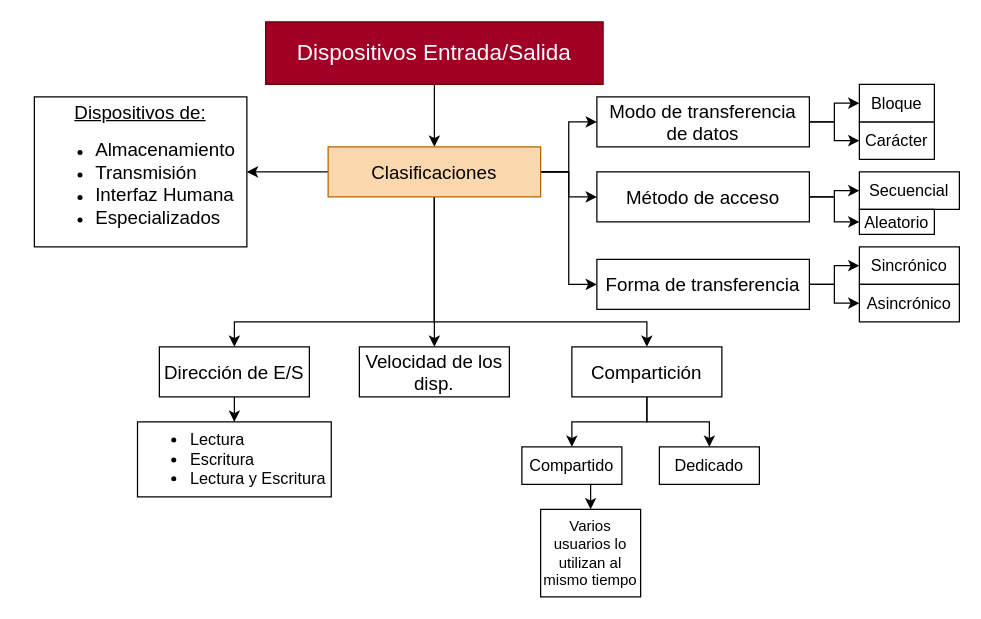
Before: Sistemas Operativos 1/Clase 4 - Sist. op. 1.drawio in RMSabrina/Apuntes-Universitarios, a draw.io diagram. Source tidied: cells renumbered, new cells numbered last; positions are measured from the earlier drawing's top-left corner, leaving out a move shared by most shapes. Both pictures are drawn from the tidied source at 125%, with x=0, y=0 at pixel (34, 21).
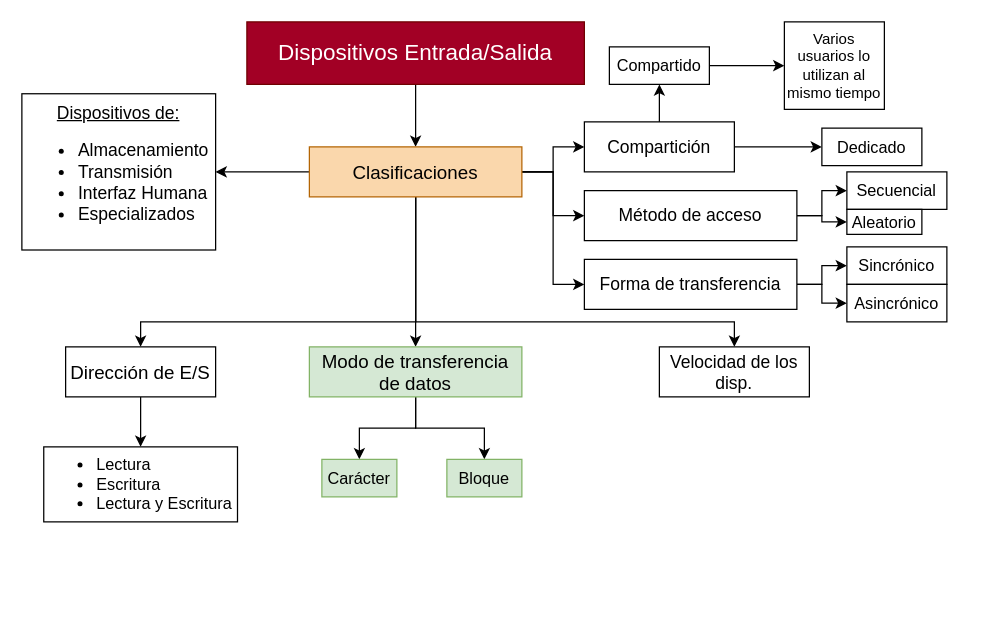
The same page after the edit.

What changed in the source:
```diff
@@
     <mxCell id="3" value="&lt;font style=&quot;font-size: 18px;&quot;&gt;Dispositivos Entrada/Salida&lt;/font&gt;" style="rounded=0;whiteSpace=wrap;html=1;fillColor=#a20025;strokeColor=#6F0000;fontColor=#ffffff;" parent="1" vertex="1">
-      <mxGeometry x="185" width="270" height="50" as="geometry" />
+      <mxGeometry x="170" width="270" height="50" as="geometry" />
     </mxCell>
-    <mxCell id="4" style="edgeStyle=orthogonalEdgeStyle;rounded=0;jettySize=auto;html=1;exitX=1;exitY=0.5;exitDx=0;exitDy=0;" parent="1" edge="1" source="11" target="14">
-      <mxGeometry relative="1" as="geometry" />
-    </mxCell>
+    <mxCell id="7" style="edgeStyle=orthogonalEdgeStyle;rounded=0;jettySize=auto;html=1;exitX=0;exitY=0.5;exitDx=0;exitDy=0;" parent="1" edge="1" source="11" target="34">
+      <mxGeometry relative="1" as="geometry" />
+    </mxCell>
+    <mxCell id="10" style="edgeStyle=orthogonalEdgeStyle;rounded=0;jettySize=auto;html=1;exitX=1;exitY=0.5;exitDx=0;exitDy=0;entryX=0;entryY=0.5;entryDx=0;entryDy=0;" parent="1" edge="1" source="11" target="29">
+      <mxGeometry relative="1" as="geometry" />
+    </mxCell>
-    <mxCell id="5" style="edgeStyle=orthogonalEdgeStyle;rounded=0;jettySize=auto;html=1;exitX=1;exitY=0.5;exitDx=0;exitDy=0;" parent="1" edge="1" source="11" target="19">
+    <mxCell id="5" style="edgeStyle=orthogonalEdgeStyle;rounded=0;jettySize=auto;html=1;exitX=1;exitY=0.5;exitDx=0;exitDy=0;entryX=0;entryY=0.5;entryDx=0;entryDy=0;" parent="1" edge="1" source="11" target="19">
       <mxGeometry relative="1" as="geometry" />
     </mxCell>
@@
-    <mxCell id="7" style="edgeStyle=orthogonalEdgeStyle;rounded=0;jettySize=auto;html=1;exitX=0;exitY=0.5;exitDx=0;exitDy=0;" parent="1" edge="1" source="11" target="34">
-      <mxGeometry relative="1" as="geometry" />
-    </mxCell>
+    <mxCell id="4" style="edgeStyle=orthogonalEdgeStyle;rounded=0;jettySize=auto;html=1;exitX=0.5;exitY=1;exitDx=0;exitDy=0;entryX=0.5;entryY=0;entryDx=0;entryDy=0;" parent="1" edge="1" source="11" target="14">
+      <mxGeometry relative="1" as="geometry" />
+    </mxCell>
     <mxCell id="8" style="edgeStyle=orthogonalEdgeStyle;rounded=0;jettySize=auto;html=1;exitX=0.5;exitY=1;exitDx=0;exitDy=0;entryX=0.5;entryY=0;entryDx=0;entryDy=0;" parent="1" edge="1" source="11" target="37">
       <mxGeometry relative="1" as="geometry">
         <Array as="points">
-          <mxPoint x="320" y="240" />
-          <mxPoint x="160" y="240" />
+          <mxPoint x="305" y="240" />
+          <mxPoint x="85" y="240" />
         </Array>
       </mxGeometry>
     </mxCell>
     <mxCell id="9" style="edgeStyle=orthogonalEdgeStyle;rounded=0;jettySize=auto;html=1;exitX=0.5;exitY=1;exitDx=0;exitDy=0;entryX=0.5;entryY=0;entryDx=0;entryDy=0;" parent="1" edge="1" source="11" target="35">
-      <mxGeometry relative="1" as="geometry" />
+      <mxGeometry relative="1" as="geometry">
+        <Array as="points">
+          <mxPoint x="305" y="240" />
+          <mxPoint x="560" y="240" />
+        </Array>
+      </mxGeometry>
     </mxCell>
-    <mxCell id="10" style="edgeStyle=orthogonalEdgeStyle;rounded=0;jettySize=auto;html=1;exitX=0.5;exitY=1;exitDx=0;exitDy=0;entryX=0.5;entryY=0;entryDx=0;entryDy=0;" parent="1" edge="1" source="11" target="29">
-      <mxGeometry relative="1" as="geometry">
-        <Array as="points">
-          <mxPoint x="320" y="240" />
-          <mxPoint x="490" y="240" />
-        </Array>
-      </mxGeometry>
-    </mxCell>
     <mxCell id="11" value="&lt;font style=&quot;font-size: 15px;&quot;&gt;Clasificaciones&lt;/font&gt;" style="rounded=0;whiteSpace=wrap;html=1;fillColor=#fad7ac;strokeColor=#b46504;" parent="1" vertex="1">
-      <mxGeometry x="235" y="100" width="170" height="40" as="geometry" />
+      <mxGeometry x="220" y="100" width="170" height="40" as="geometry" />
     </mxCell>
+    <mxCell id="13" style="edgeStyle=orthogonalEdgeStyle;rounded=0;jettySize=auto;html=1;exitX=0.5;exitY=1;exitDx=0;exitDy=0;" parent="1" edge="1" source="14" target="15">
+      <mxGeometry relative="1" as="geometry" />
+    </mxCell>
-    <mxCell id="12" style="edgeStyle=orthogonalEdgeStyle;rounded=0;jettySize=auto;html=1;exitX=1;exitY=0.5;exitDx=0;exitDy=0;entryX=0;entryY=0.5;entryDx=0;entryDy=0;" parent="1" edge="1" source="14" target="16">
+    <mxCell id="12" style="edgeStyle=orthogonalEdgeStyle;rounded=0;jettySize=auto;html=1;exitX=0.5;exitY=1;exitDx=0;exitDy=0;entryX=0.5;entryY=0;entryDx=0;entryDy=0;" parent="1" edge="1" source="14" target="16">
       <mxGeometry relative="1" as="geometry" />
     </mxCell>
-    <mxCell id="13" style="edgeStyle=orthogonalEdgeStyle;rounded=0;jettySize=auto;html=1;exitX=1;exitY=0.5;exitDx=0;exitDy=0;entryX=0;entryY=0.5;entryDx=0;entryDy=0;" parent="1" edge="1" source="14" target="15">
-      <mxGeometry relative="1" as="geometry" />
-    </mxCell>
-    <mxCell id="14" value="&lt;font style=&quot;font-size: 15px;&quot;&gt;Modo de transferencia de datos&lt;/font&gt;" style="rounded=0;whiteSpace=wrap;html=1;" parent="1" vertex="1">
-      <mxGeometry x="450" y="60" width="170" height="40" as="geometry" />
+    <mxCell id="14" value="&lt;font style=&quot;font-size: 15px;&quot;&gt;Modo de transferencia de datos&lt;/font&gt;" style="rounded=0;whiteSpace=wrap;html=1;fillColor=#d5e8d4;strokeColor=#82b366;" parent="1" vertex="1">
+      <mxGeometry x="220" y="260" width="170" height="40" as="geometry" />
     </mxCell>
-    <mxCell id="15" value="&lt;font style=&quot;font-size: 13px;&quot;&gt;Carácter&lt;/font&gt;" style="rounded=0;whiteSpace=wrap;html=1;" parent="1" vertex="1">
-      <mxGeometry x="660" y="80" width="60" height="30" as="geometry" />
+    <mxCell id="15" value="&lt;font style=&quot;font-size: 13px;&quot;&gt;Carácter&lt;/font&gt;" style="rounded=0;whiteSpace=wrap;html=1;fillColor=#d5e8d4;strokeColor=#82b366;" parent="1" vertex="1">
+      <mxGeometry x="230" y="350" width="60" height="30" as="geometry" />
     </mxCell>
-    <mxCell id="16" value="&lt;font style=&quot;font-size: 13px;&quot;&gt;Bloque&lt;/font&gt;" style="rounded=0;whiteSpace=wrap;html=1;" parent="1" vertex="1">
-      <mxGeometry x="660" y="50" width="60" height="30" as="geometry" />
+    <mxCell id="16" value="&lt;font style=&quot;font-size: 13px;&quot;&gt;Bloque&lt;/font&gt;" style="rounded=0;whiteSpace=wrap;html=1;fillColor=#d5e8d4;strokeColor=#82b366;" parent="1" vertex="1">
+      <mxGeometry x="330" y="350" width="60" height="30" as="geometry" />
     </mxCell>
@@
-    <mxCell id="19" value="&lt;font style=&quot;font-size: 15px;&quot;&gt;Método de acceso&lt;/font&gt;" style="rounded=0;whiteSpace=wrap;html=1;" parent="1" vertex="1">
-      <mxGeometry x="450" y="120" width="170" height="40" as="geometry" />
+    <mxCell id="19" value="&lt;font style=&quot;font-size: 14px;&quot;&gt;Método de acceso&lt;/font&gt;" style="rounded=0;whiteSpace=wrap;html=1;" parent="1" vertex="1">
+      <mxGeometry x="440" y="135" width="170" height="40" as="geometry" />
     </mxCell>
     <mxCell id="20" value="&lt;font style=&quot;font-size: 13px;&quot;&gt;Secuencial&lt;/font&gt;" style="rounded=0;whiteSpace=wrap;html=1;" parent="1" vertex="1">
-      <mxGeometry x="660" y="120" width="80" height="30" as="geometry" />
+      <mxGeometry x="650" y="120" width="80" height="30" as="geometry" />
     </mxCell>
     <mxCell id="21" value="&lt;font style=&quot;font-size: 13px;&quot;&gt;Aleatorio&lt;/font&gt;" style="rounded=0;whiteSpace=wrap;html=1;" parent="1" vertex="1">
-      <mxGeometry x="660" y="150" width="60" height="20" as="geometry" />
+      <mxGeometry x="650" y="150" width="60" height="20" as="geometry" />
     </mxCell>
@@
-    <mxCell id="24" value="&lt;font style=&quot;font-size: 15px;&quot;&gt;Forma de transferencia&lt;/font&gt;" style="rounded=0;whiteSpace=wrap;html=1;" parent="1" vertex="1">
-      <mxGeometry x="450" y="190" width="170" height="40" as="geometry" />
+    <mxCell id="24" value="&lt;font style=&quot;font-size: 14px;&quot;&gt;Forma de transferencia&lt;/font&gt;" style="rounded=0;whiteSpace=wrap;html=1;" parent="1" vertex="1">
+      <mxGeometry x="440" y="190" width="170" height="40" as="geometry" />
     </mxCell>
     <mxCell id="25" value="&lt;font style=&quot;font-size: 13px;&quot;&gt;Sincrónico&lt;/font&gt;" style="rounded=0;whiteSpace=wrap;html=1;" parent="1" vertex="1">
-      <mxGeometry x="660" y="180" width="80" height="30" as="geometry" />
+      <mxGeometry x="650" y="180" width="80" height="30" as="geometry" />
     </mxCell>
     <mxCell id="26" value="&lt;font style=&quot;font-size: 13px;&quot;&gt;Asincrónico&lt;/font&gt;" style="rounded=0;whiteSpace=wrap;html=1;" parent="1" vertex="1">
-      <mxGeometry x="660" y="210" width="80" height="30" as="geometry" />
+      <mxGeometry x="650" y="210" width="80" height="30" as="geometry" />
     </mxCell>
-    <mxCell id="27" style="edgeStyle=orthogonalEdgeStyle;rounded=0;jettySize=auto;html=1;exitX=0.5;exitY=1;exitDx=0;exitDy=0;entryX=0.5;entryY=0;entryDx=0;entryDy=0;" parent="1" edge="1" source="29" target="32">
+    <mxCell id="27" style="edgeStyle=orthogonalEdgeStyle;rounded=0;jettySize=auto;html=1;exitX=0.5;exitY=0;exitDx=0;exitDy=0;entryX=0.5;entryY=1;entryDx=0;entryDy=0;" parent="1" edge="1" source="29" target="32">
       <mxGeometry relative="1" as="geometry" />
     </mxCell>
-    <mxCell id="28" style="edgeStyle=orthogonalEdgeStyle;rounded=0;jettySize=auto;html=1;exitX=0.5;exitY=1;exitDx=0;exitDy=0;entryX=0.5;entryY=0;entryDx=0;entryDy=0;" parent="1" edge="1" source="29" target="30">
+    <mxCell id="28" style="edgeStyle=orthogonalEdgeStyle;rounded=0;jettySize=auto;html=1;exitX=1;exitY=0.5;exitDx=0;exitDy=0;entryX=0;entryY=0.5;entryDx=0;entryDy=0;" parent="1" edge="1" source="29" target="30">
       <mxGeometry relative="1" as="geometry" />
     </mxCell>
-    <mxCell id="29" value="&lt;font style=&quot;font-size: 15px;&quot;&gt;Compartición&lt;/font&gt;" style="rounded=0;whiteSpace=wrap;html=1;" parent="1" vertex="1">
-      <mxGeometry x="430" y="260" width="120" height="40" as="geometry" />
+    <mxCell id="29" value="&lt;font style=&quot;font-size: 14px;&quot;&gt;Compartición&lt;/font&gt;" style="rounded=0;whiteSpace=wrap;html=1;" parent="1" vertex="1">
+      <mxGeometry x="440" y="80" width="120" height="40" as="geometry" />
     </mxCell>
     <mxCell id="30" value="&lt;font style=&quot;font-size: 13px;&quot;&gt;Dedicado&lt;/font&gt;" style="rounded=0;whiteSpace=wrap;html=1;" parent="1" vertex="1">
-      <mxGeometry x="500" y="340" width="80" height="30" as="geometry" />
+      <mxGeometry x="630" y="85" width="80" height="30" as="geometry" />
     </mxCell>
-    <mxCell id="31" style="edgeStyle=orthogonalEdgeStyle;rounded=0;jettySize=auto;html=1;exitX=0.5;exitY=1;exitDx=0;exitDy=0;entryX=0.5;entryY=0;entryDx=0;entryDy=0;" parent="1" edge="1" source="32" target="33">
+    <mxCell id="31" style="edgeStyle=orthogonalEdgeStyle;rounded=0;jettySize=auto;html=1;exitX=1;exitY=0.5;exitDx=0;exitDy=0;entryX=0;entryY=0.5;entryDx=0;entryDy=0;" parent="1" edge="1" source="32" target="33">
       <mxGeometry relative="1" as="geometry" />
     </mxCell>
     <mxCell id="32" value="&lt;font style=&quot;font-size: 13px;&quot;&gt;Compartido&lt;/font&gt;" style="rounded=0;whiteSpace=wrap;html=1;" parent="1" vertex="1">
-      <mxGeometry x="390" y="340" width="80" height="30" as="geometry" />
+      <mxGeometry x="460" y="20" width="80" height="30" as="geometry" />
     </mxCell>
     <mxCell id="33" value="&lt;font style=&quot;font-size: 12px;&quot;&gt;Varios usuarios lo utilizan al mismo tiempo&lt;/font&gt;" style="rounded=0;whiteSpace=wrap;html=1;" parent="1" vertex="1">
-      <mxGeometry x="405" y="390" width="80" height="70" as="geometry" />
+      <mxGeometry x="600" width="80" height="70" as="geometry" />
     </mxCell>
-    <mxCell id="34" value="&lt;div&gt;&lt;span style=&quot;font-size: 15px;&quot;&gt;&lt;u&gt;Dispositivos de:&lt;/u&gt;&lt;/span&gt;&lt;/div&gt;&lt;ul&gt;&lt;li style=&quot;text-align: left;&quot;&gt;&lt;font style=&quot;font-size: 15px;&quot;&gt;Almacenamiento&lt;/font&gt;&lt;/li&gt;&lt;li style=&quot;text-align: left;&quot;&gt;&lt;font style=&quot;font-size: 15px;&quot;&gt;Transmisión&amp;nbsp;&lt;/font&gt;&lt;/li&gt;&lt;li style=&quot;text-align: left;&quot;&gt;&lt;font style=&quot;font-size: 15px;&quot;&gt;Interfaz Humana&lt;/font&gt;&lt;/li&gt;&lt;li style=&quot;text-align: left;&quot;&gt;&lt;font style=&quot;font-size: 15px;&quot;&gt;Especializados&lt;/font&gt;&lt;/li&gt;&lt;/ul&gt;" style="rounded=0;whiteSpace=wrap;html=1;" parent="1" vertex="1">
-      <mxGeometry y="60" width="170" height="120" as="geometry" />
+    <mxCell id="34" value="&lt;div style=&quot;font-size: 14px;&quot;&gt;&lt;u style=&quot;&quot;&gt;&lt;font style=&quot;font-size: 14px;&quot;&gt;Dispositivos de:&lt;/font&gt;&lt;/u&gt;&lt;/div&gt;&lt;ul style=&quot;font-size: 14px;&quot;&gt;&lt;li style=&quot;text-align: left;&quot;&gt;&lt;font style=&quot;font-size: 14px;&quot;&gt;Almacenamiento&lt;/font&gt;&lt;/li&gt;&lt;li style=&quot;text-align: left;&quot;&gt;&lt;font style=&quot;font-size: 14px;&quot;&gt;Transmisión&amp;nbsp;&lt;/font&gt;&lt;/li&gt;&lt;li style=&quot;text-align: left;&quot;&gt;&lt;font style=&quot;font-size: 14px;&quot;&gt;Interfaz Humana&lt;/font&gt;&lt;/li&gt;&lt;li style=&quot;text-align: left;&quot;&gt;&lt;font style=&quot;font-size: 14px;&quot;&gt;Especializados&lt;/font&gt;&lt;/li&gt;&lt;/ul&gt;" style="rounded=0;whiteSpace=wrap;html=1;" parent="1" vertex="1">
+      <mxGeometry x="-10" y="57.5" width="155" height="125" as="geometry" />
     </mxCell>
-    <mxCell id="35" value="&lt;font style=&quot;font-size: 15px;&quot;&gt;Velocidad de los disp.&lt;/font&gt;" style="rounded=0;whiteSpace=wrap;html=1;" parent="1" vertex="1">
-      <mxGeometry x="260" y="260" width="120" height="40" as="geometry" />
-    </mxCell>
@@
     <mxCell id="37" value="&lt;font style=&quot;font-size: 15px;&quot;&gt;Dirección de E/S&lt;/font&gt;" style="rounded=0;whiteSpace=wrap;html=1;" parent="1" vertex="1">
-      <mxGeometry x="100" y="260" width="120" height="40" as="geometry" />
+      <mxGeometry x="25" y="260" width="120" height="40" as="geometry" />
     </mxCell>
     <mxCell id="38" value="&lt;ul style=&quot;font-size: 13px;&quot;&gt;&lt;li&gt;&lt;span style=&quot;&quot;&gt;Lectura&lt;/span&gt;&lt;/li&gt;&lt;li&gt;&lt;span style=&quot;&quot;&gt;Escritura&amp;nbsp;&lt;/span&gt;&lt;/li&gt;&lt;li&gt;&lt;span style=&quot;&quot;&gt;Lectura y Escritura&lt;/span&gt;&lt;/li&gt;&lt;/ul&gt;" style="rounded=0;whiteSpace=wrap;html=1;align=left;" parent="1" vertex="1">
-      <mxGeometry x="82.5" y="320" width="155" height="60" as="geometry" />
+      <mxGeometry x="7.5" y="340" width="155" height="60" as="geometry" />
     </mxCell>
+    <mxCell id="35" value="&lt;font style=&quot;font-size: 14px;&quot;&gt;Velocidad de los disp.&lt;/font&gt;" style="rounded=0;whiteSpace=wrap;html=1;" parent="1" vertex="1">
+      <mxGeometry x="500" y="260" width="120" height="40" as="geometry" />
+    </mxCell>
+    <mxCell id="39" style="edgeStyle=orthogonalEdgeStyle;rounded=0;orthogonalLoop=1;jettySize=auto;html=1;exitX=0.5;exitY=1;exitDx=0;exitDy=0;" parent="1" edge="1" source="35" target="35">
+      <mxGeometry relative="1" as="geometry" />
+    </mxCell>
```
